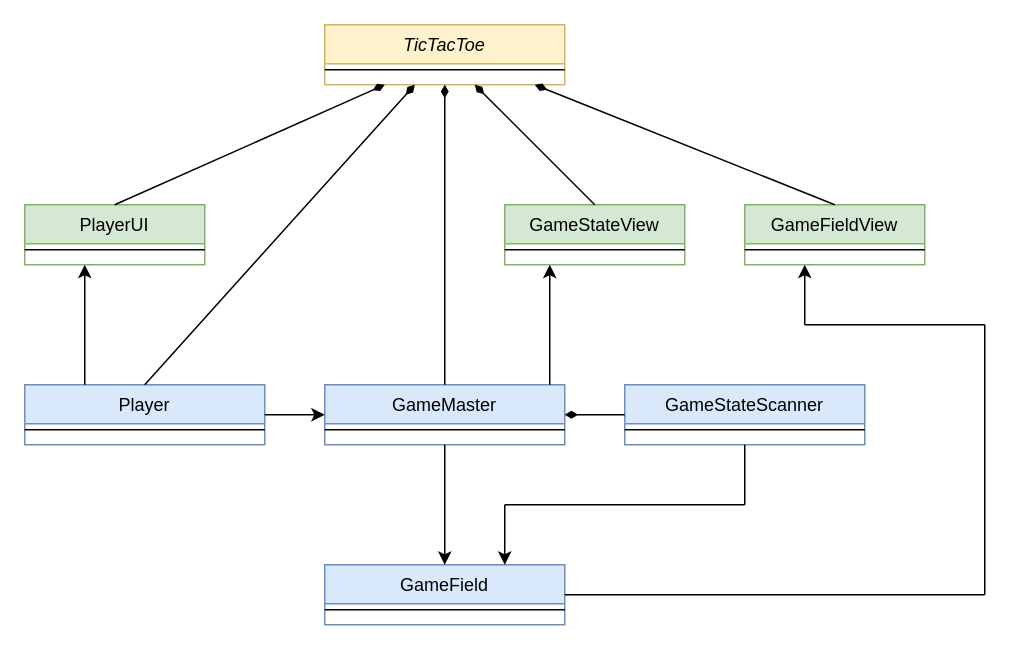
Earlier version of the draw.io diagram data/TicTacToe.drawio (SergeyMikhalev/job4j_design). Source tidied: cells renumbered, new cells numbered last; positions are measured from the earlier drawing's top-left corner, leaving out a move shared by most shapes. Both pictures are drawn from the tidied source at 150%, with x=0, y=0 at pixel (24, 24).
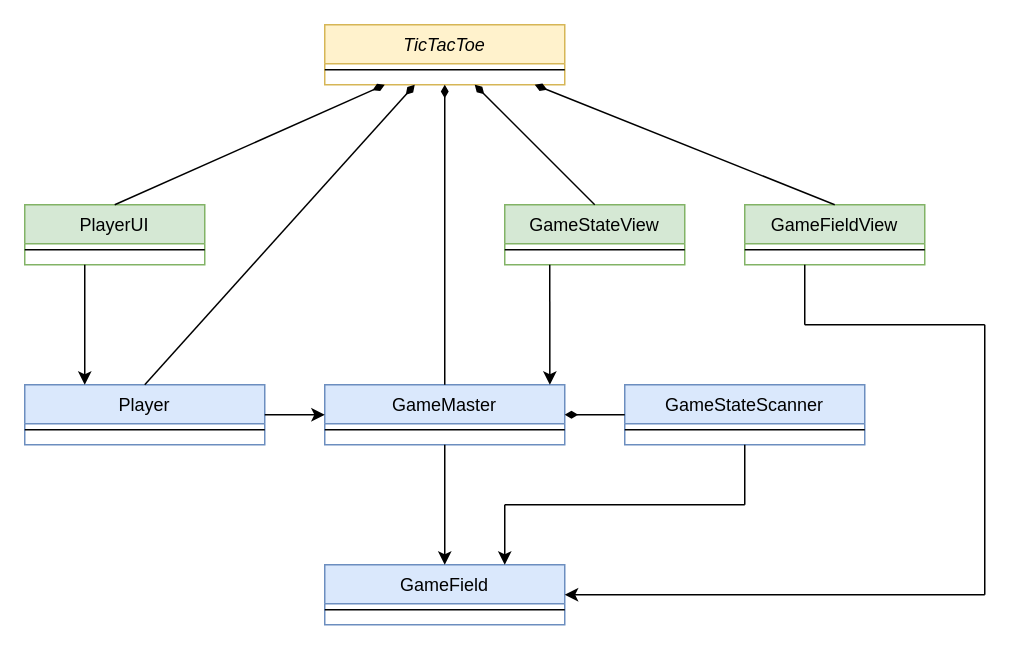
The same page after the edit.

The change refers to these unchanged cells:
```xml
<mxCell id="4" value="GameField" style="swimlane;fontStyle=0;align=center;verticalAlign=top;horizontal=1;startSize=26;rounded=0;shadow=0;strokeWidth=1;fillColor=#dae8fc;strokeColor=#6c8ebf;" parent="1" vertex="1">
  <mxGeometry x="200" y="360" width="160" height="40" as="geometry" />
</mxCell>
<mxCell id="6" value="GameMaster" style="swimlane;fontStyle=0;align=center;verticalAlign=top;horizontal=1;startSize=26;rounded=0;shadow=0;strokeWidth=1;fillColor=#dae8fc;strokeColor=#6c8ebf;" parent="1" vertex="1">
  <mxGeometry x="200" y="240" width="160" height="40" as="geometry" />
</mxCell>
<mxCell id="9" value="Player&#10;" style="swimlane;fontStyle=0;align=center;verticalAlign=top;horizontal=1;startSize=26;rounded=0;shadow=0;strokeWidth=1;fillColor=#dae8fc;strokeColor=#6c8ebf;" parent="1" vertex="1">
  <mxGeometry y="240" width="160" height="40" as="geometry" />
</mxCell>
<mxCell id="22" value="GameStateView" style="swimlane;fontStyle=0;align=center;verticalAlign=top;horizontal=1;startSize=26;rounded=0;shadow=0;strokeWidth=1;fillColor=#d5e8d4;strokeColor=#82b366;" parent="1" vertex="1">
  <mxGeometry x="320" y="120" width="120" height="40" as="geometry" />
</mxCell>
```

The edit, as a diff of the source:
```diff
@@
-    <mxCell id="26" style="endArrow=classic;html=1;rounded=0;entryX=0.25;entryY=1;entryDx=0;entryDy=0;" parent="1" edge="1" target="22">
-      <mxGeometry relative="1" as="geometry">
-        <mxPoint x="350" y="240" as="sourcePoint" />
-      </mxGeometry>
+    <mxCell id="26" style="endArrow=classic;html=1;rounded=0;exitX=0.25;exitY=1;exitDx=0;exitDy=0;entryX=0.938;entryY=0;entryDx=0;entryDy=0;entryPerimeter=0;" parent="1" edge="1" source="22" target="6">
+      <mxGeometry relative="1" as="geometry" />
     </mxCell>
-    <mxCell id="27" style="endArrow=none;html=1;rounded=0;exitX=1;exitY=0.5;exitDx=0;exitDy=0;" parent="1" edge="1" source="4">
+    <mxCell id="27" style="endArrow=none;html=1;rounded=0;" parent="1" edge="1">
       <mxGeometry relative="1" as="geometry">
-        <mxPoint x="640" y="380" as="targetPoint" />
+        <mxPoint x="520" y="200" as="sourcePoint" />
+        <mxPoint x="520" y="160" as="targetPoint" />
       </mxGeometry>
     </mxCell>
@@
-    <mxCell id="30" style="endArrow=classic;html=1;rounded=0;" parent="1" edge="1">
+    <mxCell id="30" style="endArrow=classic;html=1;rounded=0;entryX=1;entryY=0.5;entryDx=0;entryDy=0;" parent="1" edge="1" target="4">
       <mxGeometry relative="1" as="geometry">
-        <mxPoint x="520" y="200" as="sourcePoint" />
-        <mxPoint x="520" y="160" as="targetPoint" />
+        <mxPoint x="640" y="380" as="sourcePoint" />
       </mxGeometry>
     </mxCell>
-    <mxCell id="31" style="endArrow=classic;html=1;rounded=0;exitX=0.25;exitY=0;exitDx=0;exitDy=0;" parent="1" edge="1" source="9">
+    <mxCell id="31" style="endArrow=classic;html=1;rounded=0;entryX=0.25;entryY=0;entryDx=0;entryDy=0;" parent="1" edge="1" target="9">
       <mxGeometry relative="1" as="geometry">
-        <mxPoint x="40" y="160" as="targetPoint" />
+        <mxPoint x="40" y="160" as="sourcePoint" />
       </mxGeometry>
     </mxCell>
```
